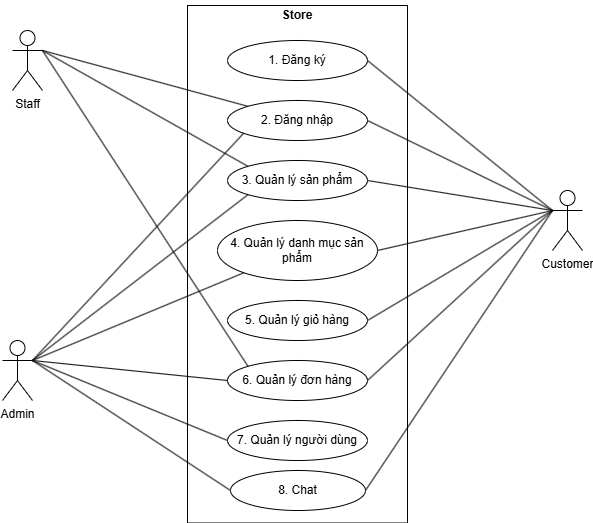
Earlier version of the draw.io export app-resources/use_case.png (giabao0301/applemart-backend). Source tidied: cells renumbered, new cells last; positions are measured from the earlier drawing's top-left corner, leaving out a move shared by most shapes.
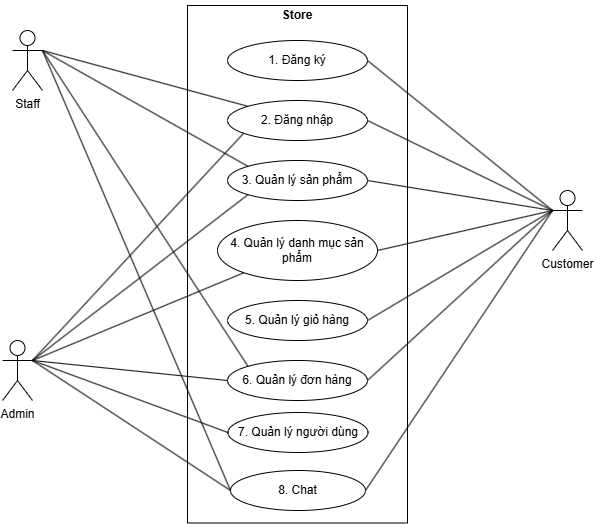
Later version of the same file.

Commit message:
updated app resources

The edit, as a diff of the source:
```diff
@@ -36,7 +36,7 @@
       <mxGeometry x="215" y="220" width="160" height="60" as="geometry" />
     </mxCell>
     <mxCell id="13" value="7. Quản lý người dùng" style="ellipse;whiteSpace=wrap;html=1;" parent="1" vertex="1">
-      <mxGeometry x="225" y="420" width="140" height="40" as="geometry" />
+      <mxGeometry x="225.5" y="412" width="140" height="40" as="geometry" />
     </mxCell>
     <mxCell id="14" style="endArrow=none;html=1;rounded=0;entryX=0;entryY=0;entryDx=0;entryDy=0;" parent="1" edge="1" target="8">
       <mxGeometry relative="1" as="geometry">
@@ -105,5 +105,8 @@
     <mxCell id="30" style="endArrow=none;html=1;rounded=0;entryX=1;entryY=0.5;entryDx=0;entryDy=0;exitX=0;exitY=0.3333333333333333;exitDx=0;exitDy=0;exitPerimeter=0;" parent="1" edge="1" source="5" target="28">
       <mxGeometry relative="1" as="geometry" />
     </mxCell>
+    <mxCell id="31" style="endArrow=none;html=1;rounded=0;exitX=1;exitY=0.3333333333333333;exitDx=0;exitDy=0;exitPerimeter=0;entryX=0;entryY=0.5;entryDx=0;entryDy=0;" parent="1" edge="1" source="3" target="28">
+      <mxGeometry relative="1" as="geometry" />
+    </mxCell>
   </root>
 </mxGraphModel>
```
